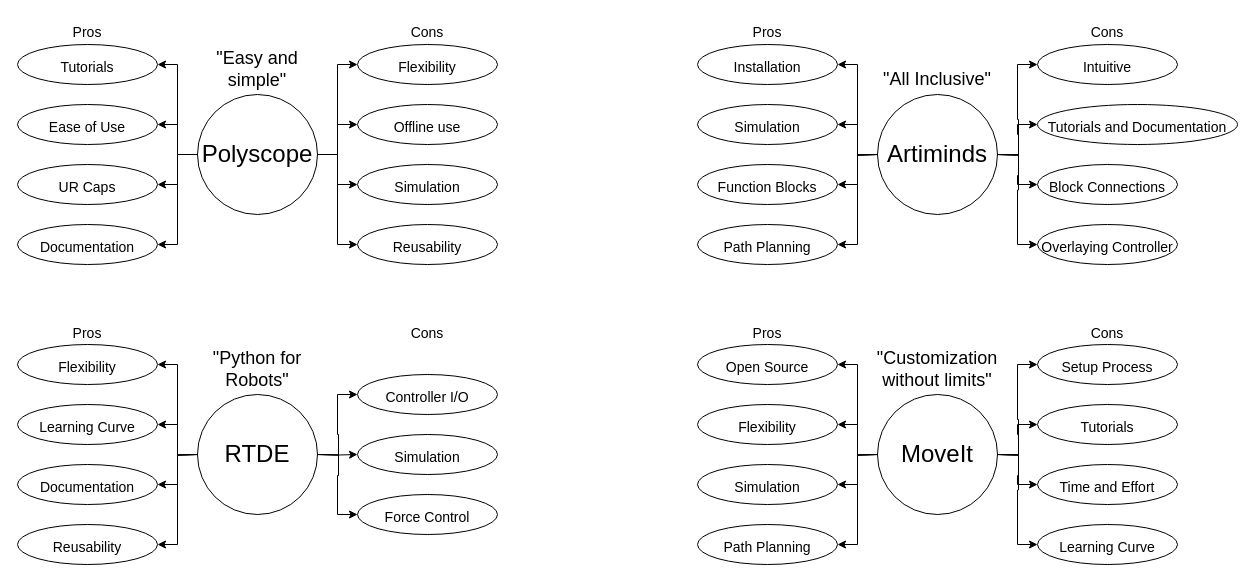
Above: Mehtod Comparisson.drawio in frangonzalez98/Diagramas_PFG (draw.io), before the change. Source tidied: cells renumbered, new cells numbered last; positions are measured from the earlier drawing's top-left corner, leaving out a move shared by most shapes. Both pictures are drawn from the tidied source at 100%, with x=0, y=0 at pixel (17, 17).
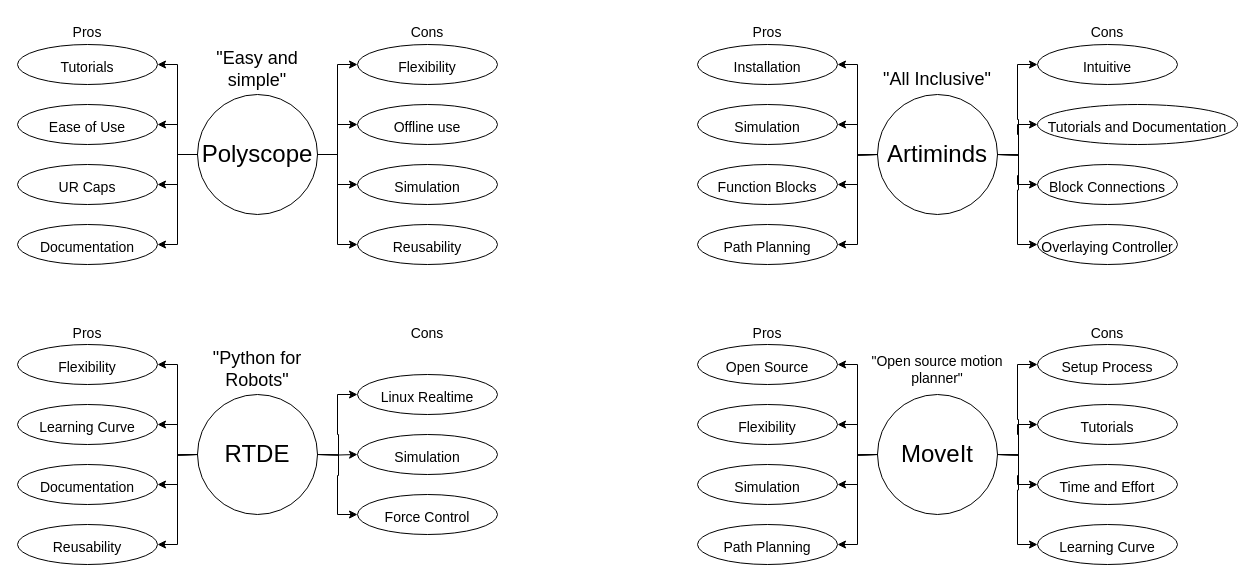
Above is the later version.

What changed in the source:
```diff
@@
-    <mxCell id="60" value="&lt;font style=&quot;font-size: 14px;&quot;&gt;Controller I/O&lt;/font&gt;" style="ellipse;whiteSpace=wrap;html=1;fontSize=24;strokeWidth=1;strokeColor=default;fillColor=none;" parent="1" vertex="1">
+    <mxCell id="60" value="&lt;font style=&quot;font-size: 14px;&quot;&gt;Linux Realtime&lt;br&gt;&lt;/font&gt;" style="ellipse;whiteSpace=wrap;html=1;fontSize=24;strokeWidth=1;strokeColor=default;fillColor=none;" parent="1" vertex="1">
       <mxGeometry x="340" y="357" width="140" height="40" as="geometry" />
     </mxCell>
@@
-    <mxCell id="70" value="&lt;font style=&quot;font-size: 18px;&quot;&gt;&quot;Customization without limits&quot;&lt;/font&gt;" style="text;html=1;strokeColor=none;fillColor=none;align=center;verticalAlign=middle;whiteSpace=wrap;rounded=0;strokeWidth=1;fontSize=14;" parent="1" vertex="1">
+    <mxCell id="70" value="&quot;Open source motion planner&quot;" style="text;html=1;strokeColor=none;fillColor=none;align=center;verticalAlign=middle;whiteSpace=wrap;rounded=0;strokeWidth=1;fontSize=14;" parent="1" vertex="1">
       <mxGeometry x="850" y="337" width="140" height="30" as="geometry" />
     </mxCell>
```
